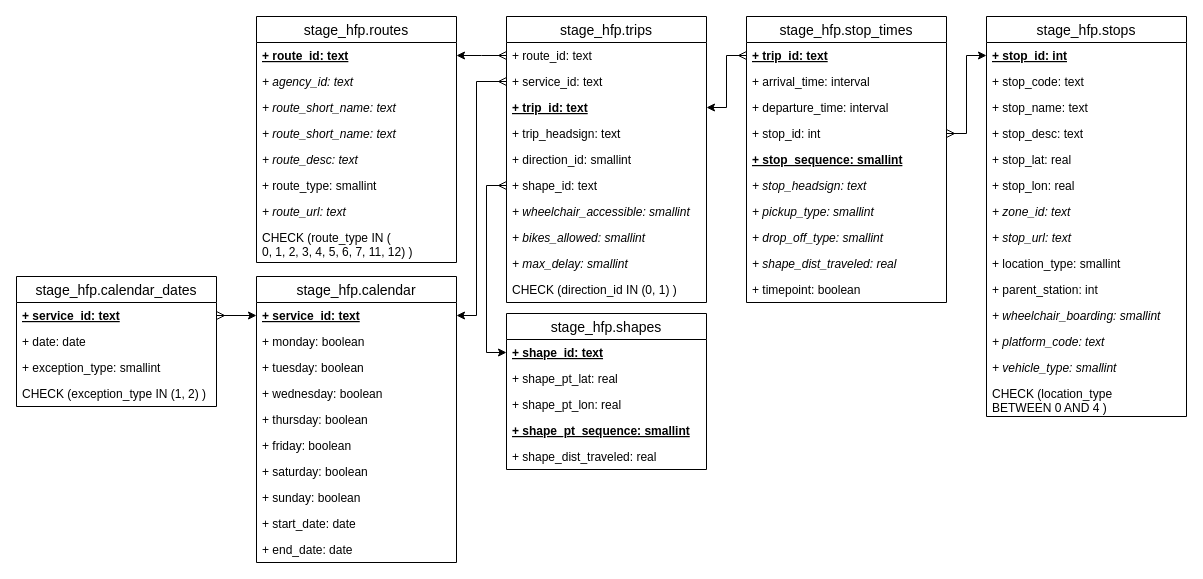
Earlier version of the draw.io diagram page "stage_gtfs" (2 of 4) of docs/sujuikoDB.drawio (datarttu/sujuikoDB). Source tidied: cells renumbered, new cells numbered last; positions are measured from the earlier drawing's top-left corner, leaving out a move shared by most shapes. Both pictures are drawn from the tidied source at 100%, with x=0, y=0 at pixel (16, 16).
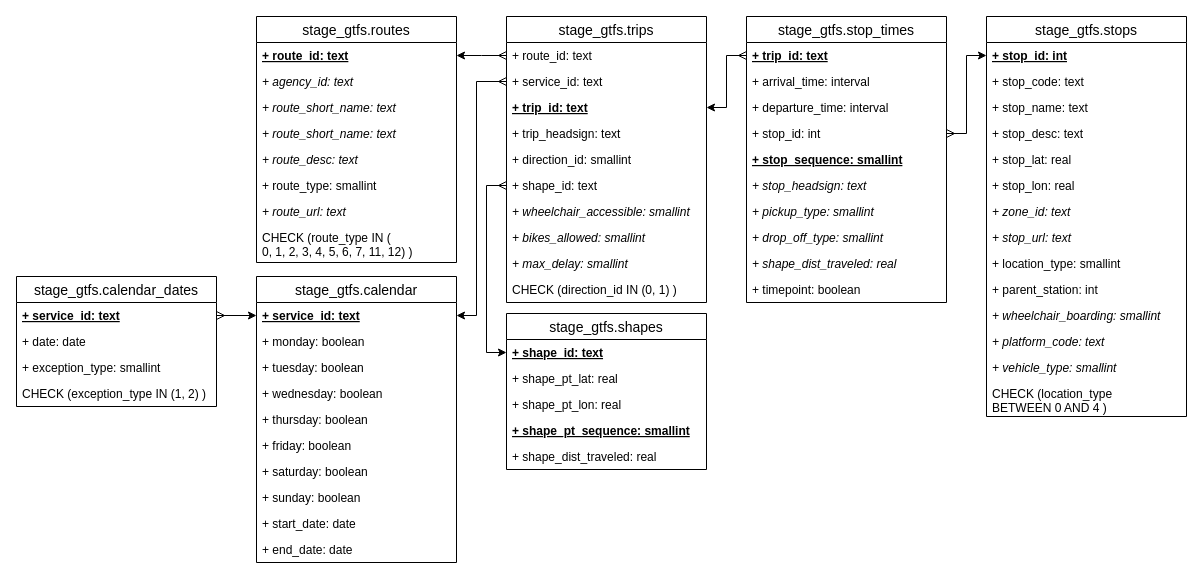
After the change.

The edit, as a diff of the source:
```diff
@@
-    <mxCell id="2" value="stage_hfp.calendar_dates" style="swimlane;fontStyle=0;horizontal=1;startSize=26;swimlaneFillColor=#ffffff;align=center;fontSize=14;" parent="1" vertex="1">
+    <mxCell id="2" value="stage_gtfs.calendar_dates" style="swimlane;fontStyle=0;horizontal=1;startSize=26;swimlaneFillColor=#ffffff;align=center;fontSize=14;" parent="1" vertex="1">
       <mxGeometry y="260" width="200" height="130" as="geometry" />
     </mxCell>
@@
-    <mxCell id="7" value="stage_hfp.calendar" style="swimlane;fontStyle=0;horizontal=1;startSize=26;swimlaneFillColor=#ffffff;align=center;fontSize=14;" parent="1" vertex="1">
+    <mxCell id="7" value="stage_gtfs.calendar" style="swimlane;fontStyle=0;horizontal=1;startSize=26;swimlaneFillColor=#ffffff;align=center;fontSize=14;" parent="1" vertex="1">
       <mxGeometry x="240" y="260" width="200" height="286" as="geometry" />
     </mxCell>
@@
-    <mxCell id="18" value="stage_hfp.routes" style="swimlane;fontStyle=0;horizontal=1;startSize=26;swimlaneFillColor=#ffffff;align=center;fontSize=14;" parent="1" vertex="1">
+    <mxCell id="18" value="stage_gtfs.routes" style="swimlane;fontStyle=0;horizontal=1;startSize=26;swimlaneFillColor=#ffffff;align=center;fontSize=14;" parent="1" vertex="1">
       <mxGeometry x="240" width="200" height="246" as="geometry" />
     </mxCell>
@@
-    <mxCell id="27" value="stage_hfp.trips" style="swimlane;fontStyle=0;horizontal=1;startSize=26;swimlaneFillColor=#ffffff;align=center;fontSize=14;" parent="1" vertex="1">
+    <mxCell id="27" value="stage_gtfs.trips" style="swimlane;fontStyle=0;horizontal=1;startSize=26;swimlaneFillColor=#ffffff;align=center;fontSize=14;" parent="1" vertex="1">
       <mxGeometry x="490" width="200" height="286" as="geometry" />
     </mxCell>
@@
-    <mxCell id="38" value="stage_hfp.stop_times" style="swimlane;fontStyle=0;horizontal=1;startSize=26;swimlaneFillColor=#ffffff;align=center;fontSize=14;" parent="1" vertex="1">
+    <mxCell id="38" value="stage_gtfs.stop_times" style="swimlane;fontStyle=0;horizontal=1;startSize=26;swimlaneFillColor=#ffffff;align=center;fontSize=14;" parent="1" vertex="1">
       <mxGeometry x="730" width="200" height="286" as="geometry" />
     </mxCell>
@@
-    <mxCell id="49" value="stage_hfp.stops" style="swimlane;fontStyle=0;horizontal=1;startSize=26;swimlaneFillColor=#ffffff;align=center;fontSize=14;" parent="1" vertex="1">
+    <mxCell id="49" value="stage_gtfs.stops" style="swimlane;fontStyle=0;horizontal=1;startSize=26;swimlaneFillColor=#ffffff;align=center;fontSize=14;" parent="1" vertex="1">
       <mxGeometry x="970" width="200" height="400" as="geometry" />
     </mxCell>
@@
-    <mxCell id="66" value="stage_hfp.shapes" style="swimlane;fontStyle=0;horizontal=1;startSize=26;swimlaneFillColor=#ffffff;align=center;fontSize=14;" parent="1" vertex="1">
+    <mxCell id="66" value="stage_gtfs.shapes" style="swimlane;fontStyle=0;horizontal=1;startSize=26;swimlaneFillColor=#ffffff;align=center;fontSize=14;" parent="1" vertex="1">
       <mxGeometry x="490" y="297" width="200" height="156" as="geometry" />
     </mxCell>
```
